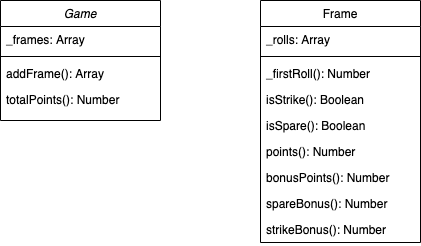
This is public/images/BowlingChallenge.png from makersacademy/bowling-challenge, a draw.io export, as it was before one commit. Source tidied: cells renumbered, new cells last; positions are measured from the earlier drawing's top-left corner, leaving out a move shared by most shapes.
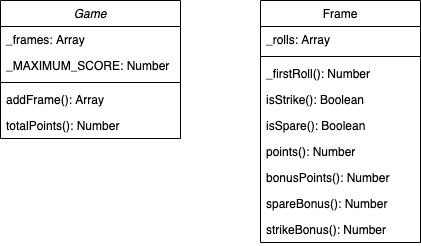
The same diagram one commit later.

Commit message:
updated class diagram

What changed in the source:
```diff
@@ -3,19 +3,22 @@
     <mxCell id="0" />
     <mxCell id="1" parent="0" />
     <mxCell id="2" value="Game" style="swimlane;fontStyle=2;align=center;verticalAlign=top;horizontal=1;startSize=26;rounded=0;shadow=0;strokeWidth=1;" parent="1" vertex="1">
-      <mxGeometry width="160" height="120" as="geometry" />
+      <mxGeometry width="180" height="138" as="geometry" />
     </mxCell>
     <mxCell id="3" value="_frames: Array" style="text;align=left;verticalAlign=top;spacingLeft=4;spacingRight=4;overflow=hidden;" parent="2" vertex="1">
-      <mxGeometry y="26" width="160" height="26" as="geometry" />
+      <mxGeometry y="26" width="180" height="26" as="geometry" />
     </mxCell>
+    <mxCell id="17" value="_MAXIMUM_SCORE: Number" style="text;align=left;verticalAlign=top;spacingLeft=4;spacingRight=4;overflow=hidden;" parent="2" vertex="1">
+      <mxGeometry y="52" width="180" height="26" as="geometry" />
+    </mxCell>
     <mxCell id="4" style="line;html=1;strokeWidth=1;align=left;verticalAlign=middle;spacingTop=-1;spacingLeft=3;spacingRight=3;labelPosition=right;" parent="2" vertex="1">
-      <mxGeometry y="52" width="160" height="8" as="geometry" />
+      <mxGeometry y="78" width="180" height="8" as="geometry" />
     </mxCell>
     <mxCell id="5" value="addFrame(): Array" style="text;align=left;verticalAlign=top;spacingLeft=4;spacingRight=4;overflow=hidden;rounded=0;shadow=0;html=0;" parent="2" vertex="1">
-      <mxGeometry y="60" width="160" height="26" as="geometry" />
+      <mxGeometry y="86" width="180" height="26" as="geometry" />
     </mxCell>
     <mxCell id="6" value="totalPoints(): Number" style="text;align=left;verticalAlign=top;spacingLeft=4;spacingRight=4;overflow=hidden;rounded=0;shadow=0;html=0;" parent="2" vertex="1">
-      <mxGeometry y="86" width="160" height="26" as="geometry" />
+      <mxGeometry y="112" width="180" height="26" as="geometry" />
     </mxCell>
     <mxCell id="7" value="Frame" style="swimlane;fontStyle=0;align=center;verticalAlign=top;horizontal=1;startSize=26;rounded=0;shadow=0;strokeWidth=1;" parent="1" vertex="1">
       <mxGeometry x="260" width="160" height="242" as="geometry" />
```
